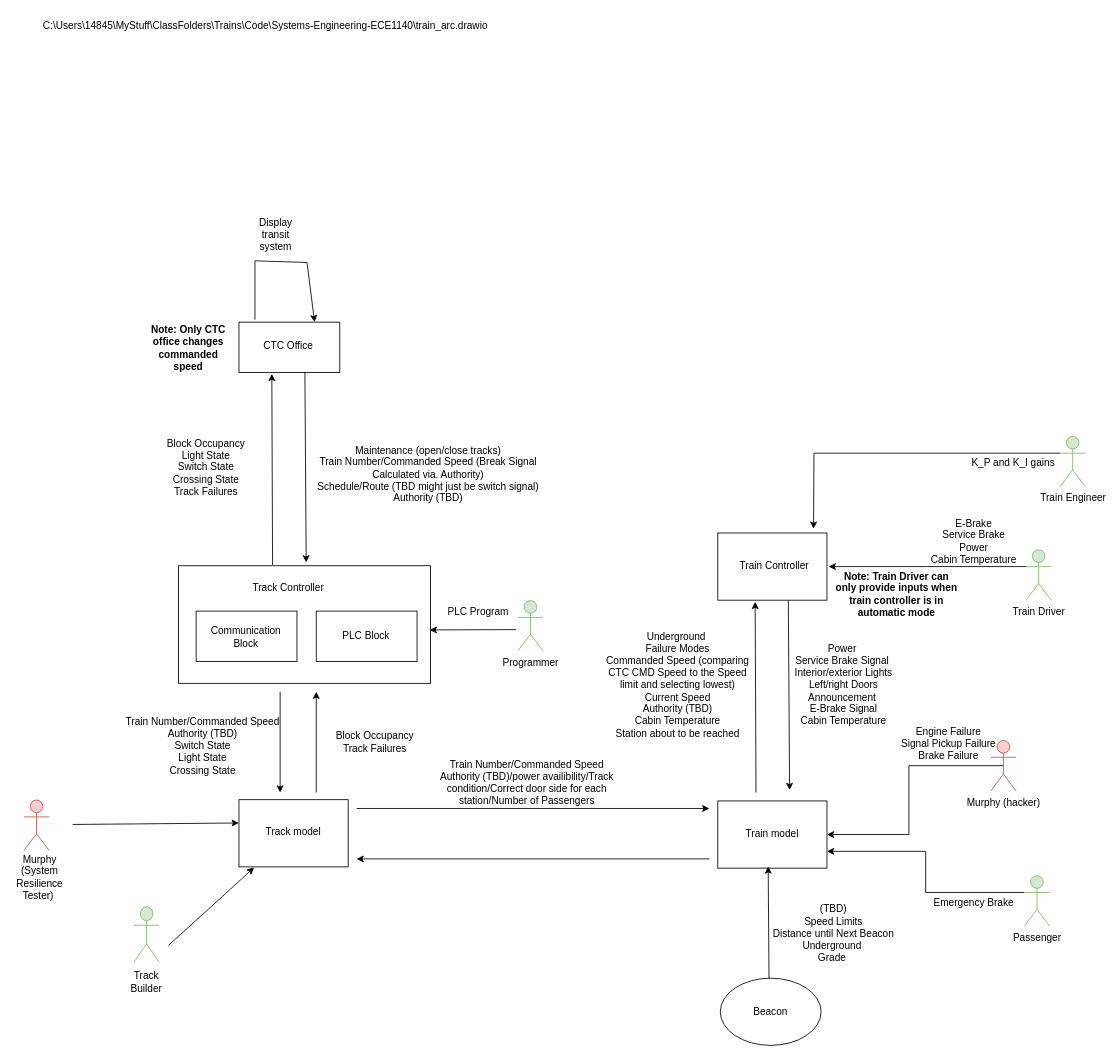
The draw.io diagram Architecture_Group3.drawio in lao57/Systems-Engineering-ECE1140, before the edit. Source tidied: cells renumbered, new cells numbered last; positions are measured from the earlier drawing's top-left corner, leaving out a move shared by most shapes. Both pictures are drawn from the tidied source at 84%, with x=0, y=0 at pixel (14, 14).
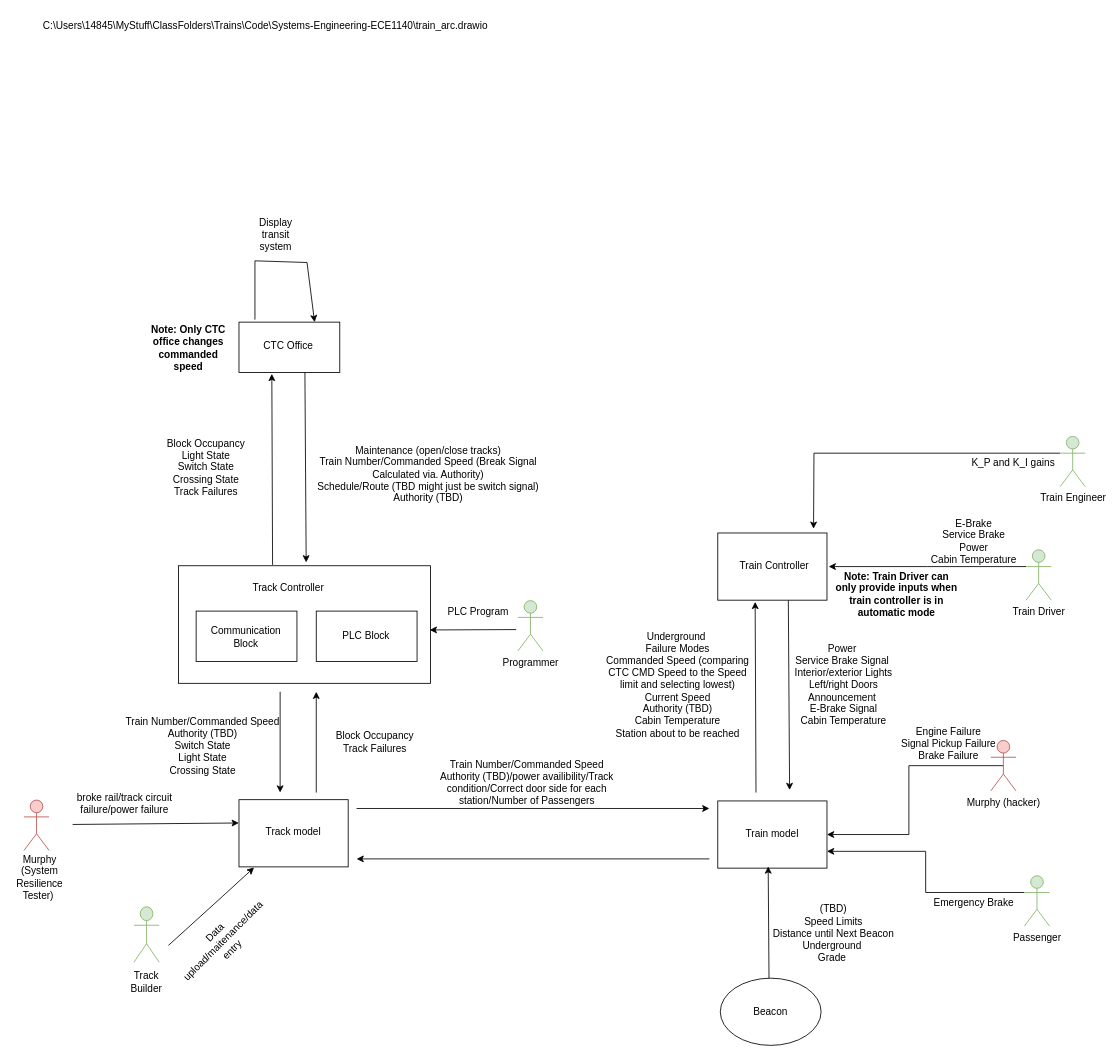
The same diagram, later.

Change to the diagram source:
```diff
@@
+    <mxCell id="60" value="broke rail/track circuit failure/power failure" style="text;html=1;align=center;verticalAlign=middle;whiteSpace=wrap;rounded=0;" parent="1" vertex="1">
+      <mxGeometry x="67" y="924" width="128" height="30" as="geometry" />
+    </mxCell>
+    <mxCell id="61" value="Data upload/maitenance/data entry" style="text;html=1;align=center;verticalAlign=middle;whiteSpace=wrap;rounded=0;rotation=-45;" parent="1" vertex="1">
+      <mxGeometry x="199.6" y="1088.4" width="98" height="30" as="geometry" />
+    </mxCell>
```
